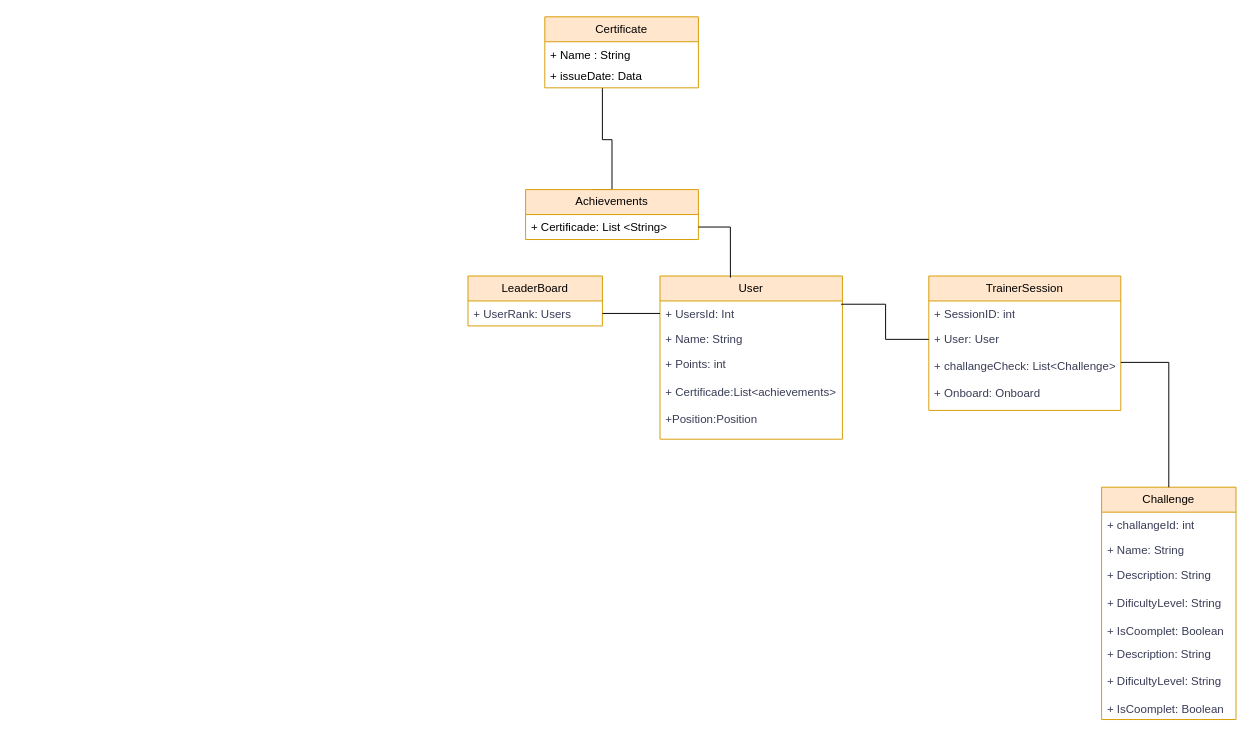
Earlier version of the draw.io diagram src/Model/doc/UML_fiap.drawio (DevCodeMathias/Fiap_challange-2024). Source tidied: cells renumbered, new cells numbered last; positions are measured from the earlier drawing's top-left corner, leaving out a move shared by most shapes. Both pictures are drawn from the tidied source at 96%, with x=0, y=0 at pixel (468, 16).
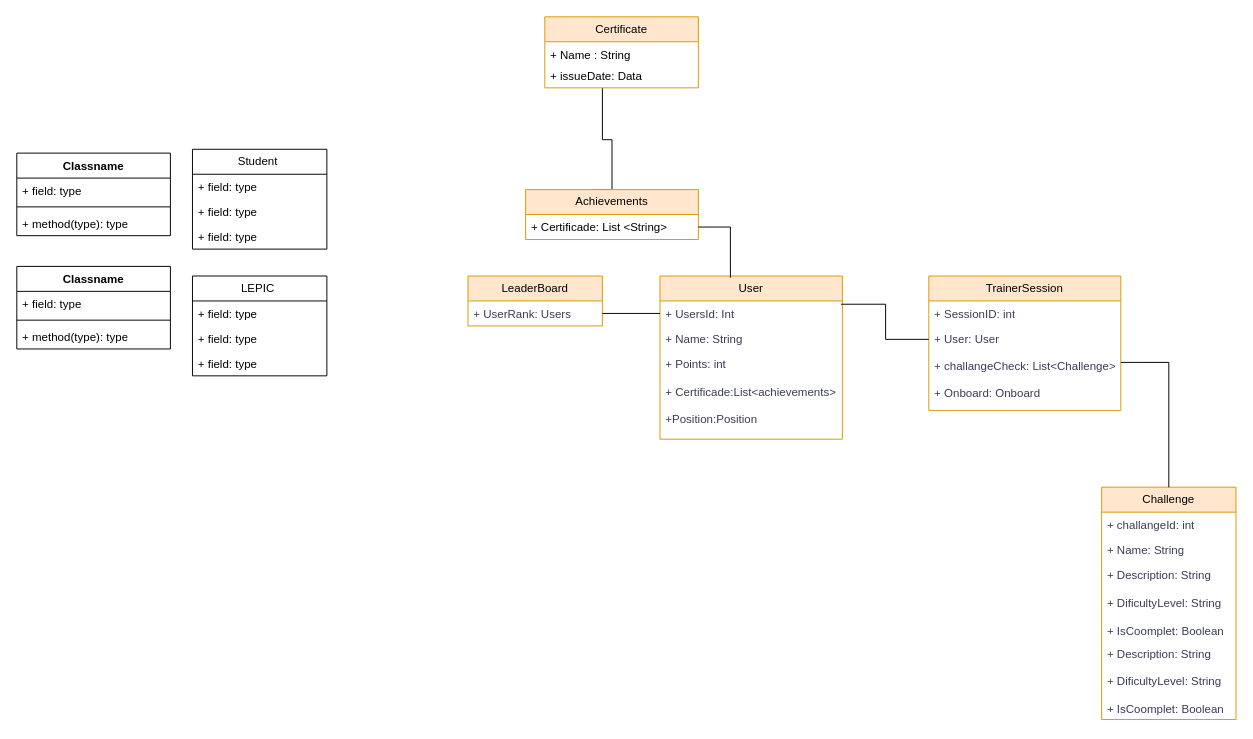
The same page after the edit.

Diff of the diagram source:
```diff
@@
+    <mxCell id="27" value="Student&amp;nbsp;" style="swimlane;fontStyle=0;horizontal=1;startSize=26;fillColor=none;whiteSpace=wrap;html=1;" parent="1" vertex="1">
+      <mxGeometry x="-287" y="138" width="140" height="104" as="geometry" />
+    </mxCell>
+    <mxCell id="28" value="+ field: type" style="text;strokeColor=none;fillColor=none;align=left;verticalAlign=top;spacingLeft=4;spacingRight=4;overflow=hidden;whiteSpace=wrap;html=1;" parent="27" vertex="1">
+      <mxGeometry y="26" width="140" height="26" as="geometry" />
+    </mxCell>
+    <mxCell id="29" value="+ field: type" style="text;strokeColor=none;fillColor=none;align=left;verticalAlign=top;spacingLeft=4;spacingRight=4;overflow=hidden;whiteSpace=wrap;html=1;" parent="27" vertex="1">
+      <mxGeometry y="52" width="140" height="26" as="geometry" />
+    </mxCell>
+    <mxCell id="30" value="+ field: type" style="text;strokeColor=none;fillColor=none;align=left;verticalAlign=top;spacingLeft=4;spacingRight=4;overflow=hidden;whiteSpace=wrap;html=1;" parent="27" vertex="1">
+      <mxGeometry y="78" width="140" height="26" as="geometry" />
+    </mxCell>
+    <mxCell id="31" value="LEPIC&amp;nbsp;" style="swimlane;fontStyle=0;horizontal=1;startSize=26;fillColor=none;whiteSpace=wrap;html=1;" parent="1" vertex="1">
+      <mxGeometry x="-287" y="270" width="140" height="104" as="geometry" />
+    </mxCell>
+    <mxCell id="32" value="+ field: type" style="text;strokeColor=none;fillColor=none;align=left;verticalAlign=top;spacingLeft=4;spacingRight=4;overflow=hidden;whiteSpace=wrap;html=1;" parent="31" vertex="1">
+      <mxGeometry y="26" width="140" height="26" as="geometry" />
+    </mxCell>
+    <mxCell id="33" value="+ field: type" style="text;strokeColor=none;fillColor=none;align=left;verticalAlign=top;spacingLeft=4;spacingRight=4;overflow=hidden;whiteSpace=wrap;html=1;" parent="31" vertex="1">
+      <mxGeometry y="52" width="140" height="26" as="geometry" />
+    </mxCell>
+    <mxCell id="34" value="+ field: type" style="text;strokeColor=none;fillColor=none;align=left;verticalAlign=top;spacingLeft=4;spacingRight=4;overflow=hidden;whiteSpace=wrap;html=1;" parent="31" vertex="1">
+      <mxGeometry y="78" width="140" height="26" as="geometry" />
+    </mxCell>
+    <mxCell id="35" value="Classname" style="swimlane;fontStyle=1;align=center;verticalAlign=top;horizontal=1;startSize=26;whiteSpace=wrap;html=1;" parent="1" vertex="1">
+      <mxGeometry x="-470" y="142" width="160" height="86" as="geometry" />
+    </mxCell>
+    <mxCell id="36" value="+ field: type" style="text;strokeColor=none;fillColor=none;align=left;verticalAlign=top;spacingLeft=4;spacingRight=4;overflow=hidden;whiteSpace=wrap;html=1;" parent="35" vertex="1">
+      <mxGeometry y="26" width="160" height="26" as="geometry" />
+    </mxCell>
+    <mxCell id="37" style="line;strokeWidth=1;fillColor=none;align=left;verticalAlign=middle;spacingTop=-1;spacingLeft=3;spacingRight=3;labelPosition=right;strokeColor=inherit;" parent="35" vertex="1">
+      <mxGeometry y="52" width="160" height="8" as="geometry" />
+    </mxCell>
+    <mxCell id="38" value="+ method(type): type" style="text;strokeColor=none;fillColor=none;align=left;verticalAlign=top;spacingLeft=4;spacingRight=4;overflow=hidden;whiteSpace=wrap;html=1;" parent="35" vertex="1">
+      <mxGeometry y="60" width="160" height="26" as="geometry" />
+    </mxCell>
+    <mxCell id="39" value="Classname" style="swimlane;fontStyle=1;align=center;verticalAlign=top;horizontal=1;startSize=26;whiteSpace=wrap;html=1;" parent="1" vertex="1">
+      <mxGeometry x="-470" y="260" width="160" height="86" as="geometry" />
+    </mxCell>
+    <mxCell id="40" value="+ field: type" style="text;strokeColor=none;fillColor=none;align=left;verticalAlign=top;spacingLeft=4;spacingRight=4;overflow=hidden;whiteSpace=wrap;html=1;" parent="39" vertex="1">
+      <mxGeometry y="26" width="160" height="26" as="geometry" />
+    </mxCell>
+    <mxCell id="41" style="line;strokeWidth=1;fillColor=none;align=left;verticalAlign=middle;spacingTop=-1;spacingLeft=3;spacingRight=3;labelPosition=right;strokeColor=inherit;" parent="39" vertex="1">
+      <mxGeometry y="52" width="160" height="8" as="geometry" />
+    </mxCell>
+    <mxCell id="42" value="+ method(type): type" style="text;strokeColor=none;fillColor=none;align=left;verticalAlign=top;spacingLeft=4;spacingRight=4;overflow=hidden;whiteSpace=wrap;html=1;" parent="39" vertex="1">
+      <mxGeometry y="60" width="160" height="26" as="geometry" />
+    </mxCell>
```
